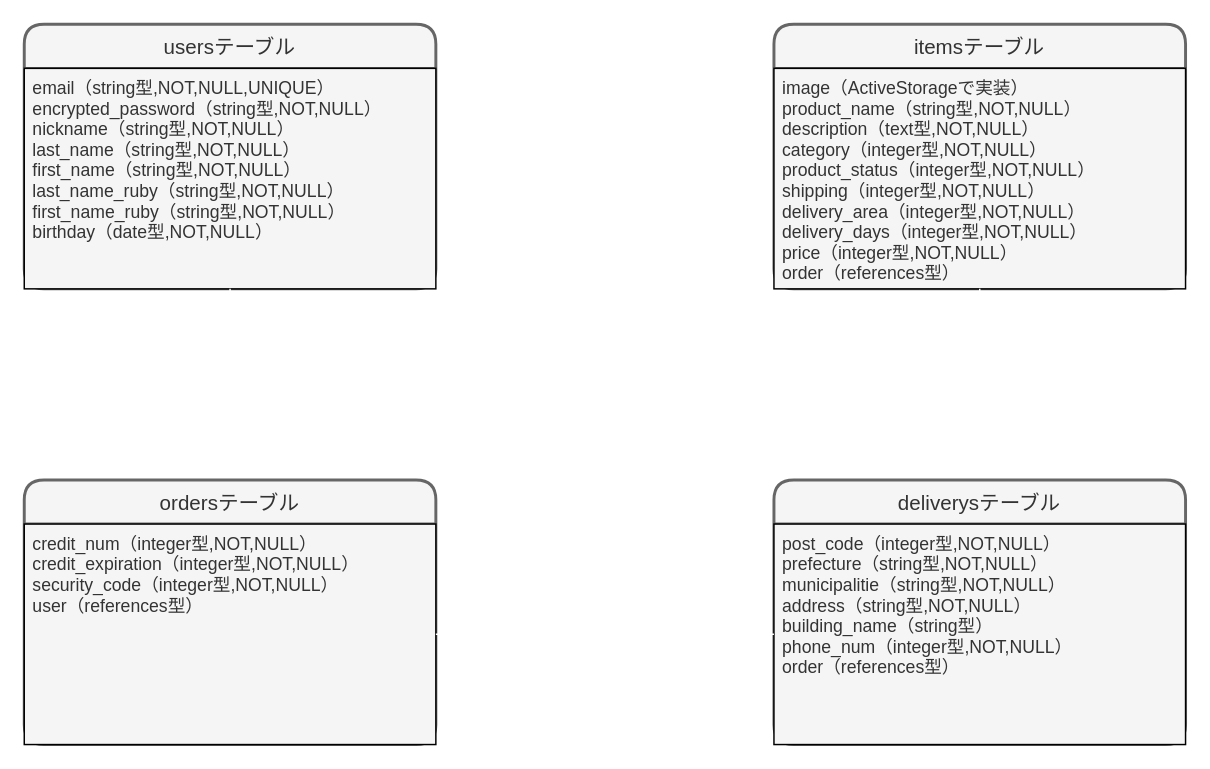
Earlier version of the draw.io diagram furima.dio (hiroki1121/furima-35412). Source tidied: cells renumbered, new cells numbered last; positions are measured from the earlier drawing's top-left corner, leaving out a move shared by most shapes. Both pictures are drawn from the tidied source at 147%, with x=0, y=0 at pixel (24, 24).
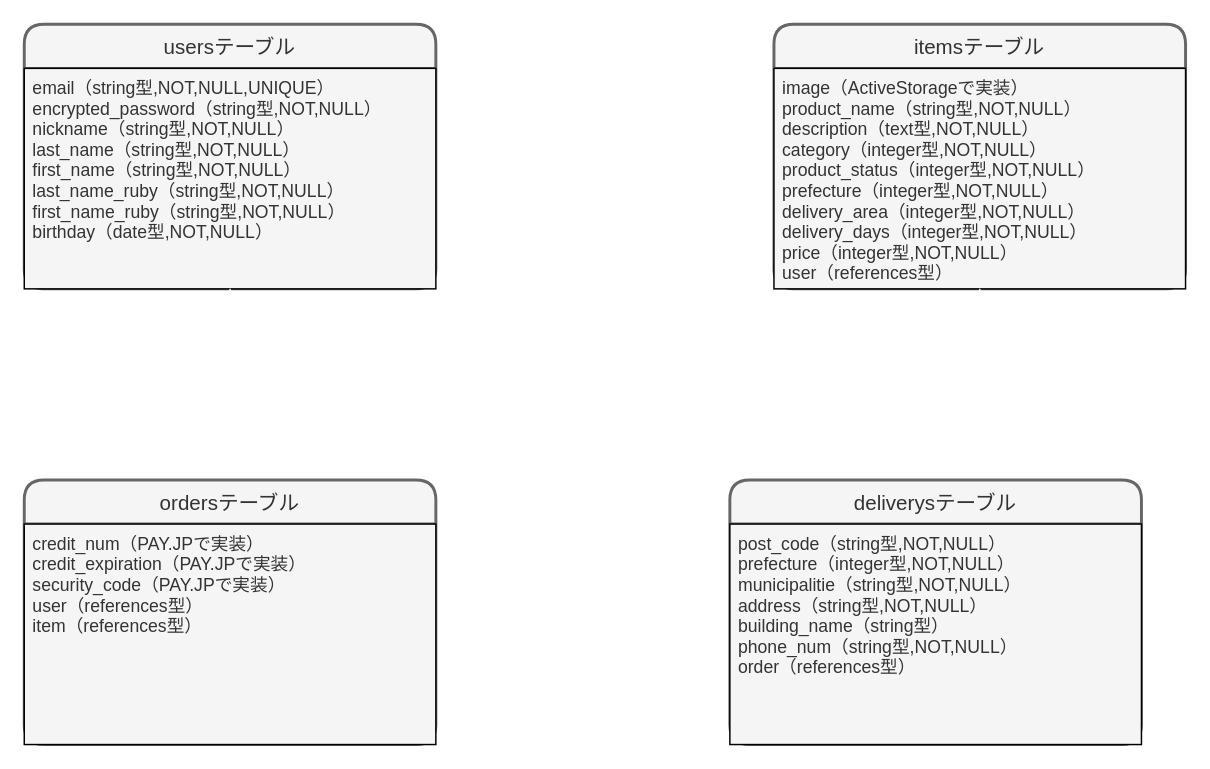
The same page after the edit.

Commit message (it also covers changes not shown here):
データベース修正2

The edit, as a diff of the source:
```diff
@@
 <mxGraphModel>
   <root>
     <mxCell id="0" />
     <mxCell id="1" parent="0" />
     <mxCell id="2" style="edgeStyle=orthogonalEdgeStyle;rounded=0;jettySize=auto;html=1;entryX=0;entryY=0.4;entryDx=0;entryDy=0;entryPerimeter=0;startArrow=ERone;startFill=0;startSize=15;endArrow=ERmany;endFill=0;endSize=15;targetPerimeterSpacing=0;strokeColor=#FFFFFF;fontFamily=Helvetica;" parent="1" edge="1" source="3" target="6">
       <mxGeometry relative="1" as="geometry" />
     </mxCell>
     <mxCell id="3" value="usersテーブル" style="swimlane;horizontal=1;startSize=30;rounded=1;fontSize=14;fontStyle=0;strokeWidth=2;shadow=0;dashed=0;align=center;fillColor=#f5f5f5;strokeColor=#666666;fontColor=#333333;labelPosition=center;verticalLabelPosition=middle;verticalAlign=middle;" parent="1" vertex="1">
       <mxGeometry width="280" height="180" as="geometry" />
     </mxCell>
     <mxCell id="4" value="email（string型,NOT,NULL,UNIQUE）&#10;encrypted_password（string型,NOT,NULL）&#10;nickname（string型,NOT,NULL）&#10;last_name（string型,NOT,NULL）&#10;first_name（string型,NOT,NULL）&#10;last_name_ruby（string型,NOT,NULL）&#10;first_name_ruby（string型,NOT,NULL）&#10;birthday（date型,NOT,NULL）" style="align=left;fillColor=#f5f5f5;spacingLeft=4;fontSize=12;verticalAlign=top;fontColor=#333333;strokeColor=#000000;" parent="3" vertex="1">
       <mxGeometry y="30" width="280" height="150" as="geometry" />
     </mxCell>
     <mxCell id="5" value="itemsテーブル" style="swimlane;horizontal=1;startSize=30;rounded=1;fontSize=14;fontStyle=0;strokeWidth=2;shadow=0;dashed=0;align=center;fillColor=#f5f5f5;strokeColor=#666666;fontColor=#333333;" parent="1" vertex="1">
       <mxGeometry x="510" width="280" height="180" as="geometry" />
     </mxCell>
-    <mxCell id="6" value="image（ActiveStorageで実装）&#10;product_name（string型,NOT,NULL）&#10;description（text型,NOT,NULL）&#10;category（integer型,NOT,NULL）&#10;product_status（integer型,NOT,NULL）&#10;shipping（integer型,NOT,NULL）&#10;delivery_area（integer型,NOT,NULL）&#10;delivery_days（integer型,NOT,NULL）&#10;price（integer型,NOT,NULL）&#10;order（references型）" style="align=left;fillColor=#f5f5f5;spacingLeft=4;fontSize=12;verticalAlign=top;fontColor=#333333;strokeColor=#000000;" parent="5" vertex="1">
+    <mxCell id="6" value="image（ActiveStorageで実装）&#10;product_name（string型,NOT,NULL）&#10;description（text型,NOT,NULL）&#10;category（integer型,NOT,NULL）&#10;product_status（integer型,NOT,NULL）&#10;prefecture（integer型,NOT,NULL）&#10;delivery_area（integer型,NOT,NULL）&#10;delivery_days（integer型,NOT,NULL）&#10;price（integer型,NOT,NULL）&#10;user（references型）" style="align=left;fillColor=#f5f5f5;spacingLeft=4;fontSize=12;verticalAlign=top;fontColor=#333333;strokeColor=#000000;" parent="5" vertex="1">
       <mxGeometry y="30" width="280" height="150" as="geometry" />
     </mxCell>
     <mxCell id="7" style="align=left;fillColor=#f5f5f5;spacingLeft=4;fontSize=12;verticalAlign=top;fontColor=#333333;strokeColor=#000000;" parent="5" vertex="1">
       <mxGeometry y="180" width="280" as="geometry" />
     </mxCell>
+    <mxCell id="15" style="edgeStyle=orthogonalEdgeStyle;rounded=0;jettySize=auto;html=1;entryX=1;entryY=0.5;entryDx=0;entryDy=0;startArrow=ERone;startFill=0;startSize=15;endArrow=ERone;endFill=0;endSize=15;targetPerimeterSpacing=0;strokeColor=#FFFFFF;fontFamily=Helvetica;" parent="1" edge="1" source="8" target="13">
+      <mxGeometry relative="1" as="geometry">
+        <Array as="points">
+          <mxPoint x="430" y="415" />
+          <mxPoint x="430" y="415" />
+        </Array>
+      </mxGeometry>
+    </mxCell>
     <mxCell id="8" value="deliverysテーブル" style="swimlane;horizontal=1;startSize=30;rounded=1;fontSize=14;fontStyle=0;strokeWidth=2;shadow=0;dashed=0;align=center;fillColor=#f5f5f5;strokeColor=#666666;fontColor=#333333;" parent="1" vertex="1">
-      <mxGeometry x="510" y="310" width="280" height="180" as="geometry" />
+      <mxGeometry x="480" y="310" width="280" height="180" as="geometry" />
     </mxCell>
-    <mxCell id="9" value="post_code（integer型,NOT,NULL）&#10;prefecture（string型,NOT,NULL）&#10;municipalitie（string型,NOT,NULL）&#10;address（string型,NOT,NULL）&#10;building_name（string型）&#10;phone_num（integer型,NOT,NULL）&#10;order（references型）" style="align=left;fillColor=#f5f5f5;spacingLeft=4;fontSize=12;verticalAlign=top;fontColor=#333333;strokeColor=#000000;" parent="8" vertex="1">
+    <mxCell id="9" value="post_code（string型,NOT,NULL）&#10;prefecture（integer型,NOT,NULL）&#10;municipalitie（string型,NOT,NULL）&#10;address（string型,NOT,NULL）&#10;building_name（string型）&#10;phone_num（string型,NOT,NULL）&#10;order（references型）" style="align=left;fillColor=#f5f5f5;spacingLeft=4;fontSize=12;verticalAlign=top;fontColor=#333333;strokeColor=#000000;" parent="8" vertex="1">
       <mxGeometry y="30" width="280" height="150" as="geometry" />
     </mxCell>
     <mxCell id="10" style="edgeStyle=orthogonalEdgeStyle;rounded=0;jettySize=auto;html=1;exitX=0.5;exitY=0;exitDx=0;exitDy=0;entryX=0.5;entryY=1;entryDx=0;entryDy=0;startArrow=ERmany;startFill=0;startSize=15;endArrow=ERone;endFill=0;endSize=15;targetPerimeterSpacing=0;strokeColor=#FFFFFF;fontFamily=Helvetica;" parent="1" edge="1" source="12" target="4">
       <mxGeometry relative="1" as="geometry" />
     </mxCell>
     <mxCell id="11" style="edgeStyle=orthogonalEdgeStyle;rounded=0;jettySize=auto;html=1;startArrow=ERone;startFill=0;startSize=15;endArrow=ERone;endFill=0;endSize=15;targetPerimeterSpacing=0;strokeColor=#FFFFFF;fontFamily=Helvetica;" parent="1" edge="1" source="12" target="6">
       <mxGeometry relative="1" as="geometry">
         <Array as="points">
           <mxPoint x="190" y="250" />
           <mxPoint x="650" y="250" />
         </Array>
       </mxGeometry>
     </mxCell>
     <mxCell id="12" value="ordersテーブル" style="swimlane;horizontal=1;startSize=30;rounded=1;fontSize=14;fontStyle=0;strokeWidth=2;shadow=0;dashed=0;align=center;fillColor=#f5f5f5;strokeColor=#666666;fontColor=#333333;" parent="1" vertex="1">
       <mxGeometry y="310" width="280" height="180" as="geometry" />
     </mxCell>
-    <mxCell id="13" value="credit_num（integer型,NOT,NULL）&#10;credit_expiration（integer型,NOT,NULL）&#10;security_code（integer型,NOT,NULL）&#10;user（references型）" style="align=left;fillColor=#f5f5f5;spacingLeft=4;fontSize=12;verticalAlign=top;fontColor=#333333;strokeColor=#000000;" parent="12" vertex="1">
+    <mxCell id="13" value="credit_num（PAY.JPで実装）&#10;credit_expiration（PAY.JPで実装）&#10;security_code（PAY.JPで実装）&#10;user（references型）&#10;item（references型）" style="align=left;fillColor=#f5f5f5;spacingLeft=4;fontSize=12;verticalAlign=top;fontColor=#333333;strokeColor=#000000;" parent="12" vertex="1">
       <mxGeometry y="30" width="280" height="150" as="geometry" />
     </mxCell>
-    <mxCell id="14" style="edgeStyle=orthogonalEdgeStyle;rounded=0;jettySize=auto;html=1;entryX=0;entryY=0.5;entryDx=0;entryDy=0;startArrow=ERone;startFill=0;startSize=15;endArrow=ERone;endFill=0;endSize=15;targetPerimeterSpacing=0;strokeColor=#FFFFFF;fontFamily=Helvetica;" parent="1" edge="1" source="13" target="9">
-      <mxGeometry relative="1" as="geometry" />
-    </mxCell>
   </root>
 </mxGraphModel>
```
